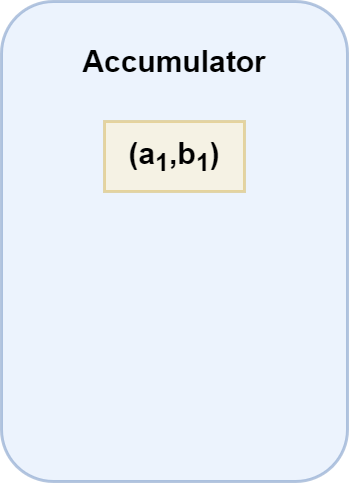
AAAAAAAyq/Personal-Studying keeps this draw.io diagram as Untitled Diagram.drawio.png. Above is the earlier version. Source tidied: cells renumbered, new cells last; positions are measured from the earlier drawing's top-left corner, leaving out a move shared by most shapes. The source it was exported from:
```xml
<mxGraphModel>
  <root>
    <mxCell id="0" />
    <mxCell id="1" parent="0" />
    <mxCell id="2" style="rounded=1;whiteSpace=wrap;html=1;fillColor=#dae8fc;strokeColor=#6c8ebf;strokeWidth=3;opacity=50;" parent="1" vertex="1">
      <mxGeometry width="346" height="480" as="geometry" />
    </mxCell>
    <mxCell id="3" value="&lt;b&gt;&lt;font style=&quot;font-size: 30px&quot;&gt;Accumulator&lt;/font&gt;&lt;/b&gt;" style="text;html=1;strokeColor=none;fillColor=none;align=center;verticalAlign=middle;whiteSpace=wrap;rounded=0;opacity=50;" parent="1" vertex="1">
      <mxGeometry x="68" y="30" width="210" height="60" as="geometry" />
    </mxCell>
    <mxCell id="4" value="(a&lt;sub&gt;1&lt;/sub&gt;,b&lt;sub&gt;1&lt;/sub&gt;)" style="rounded=0;whiteSpace=wrap;html=1;fontSize=30;strokeWidth=3;opacity=50;fillColor=#fff2cc;strokeColor=#d6b656;fontStyle=1;" parent="1" vertex="1">
      <mxGeometry x="103" y="120" width="140" height="70" as="geometry" />
    </mxCell>
  </root>
</mxGraphModel>
```
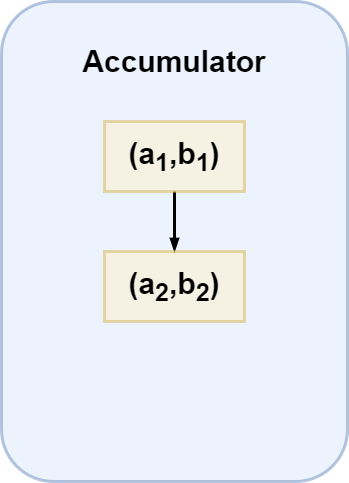
After the commit.

Change to the diagram source:
```diff
@@ -8,8 +8,14 @@
     <mxCell id="3" value="&lt;b&gt;&lt;font style=&quot;font-size: 30px&quot;&gt;Accumulator&lt;/font&gt;&lt;/b&gt;" style="text;html=1;strokeColor=none;fillColor=none;align=center;verticalAlign=middle;whiteSpace=wrap;rounded=0;opacity=50;" parent="1" vertex="1">
       <mxGeometry x="68" y="30" width="210" height="60" as="geometry" />
     </mxCell>
+    <mxCell id="5" style="edgeStyle=orthogonalEdgeStyle;rounded=0;jettySize=auto;html=1;fontSize=30;strokeWidth=3;endArrow=blockThin;endFill=1;" parent="1" edge="1" source="4" target="6">
+      <mxGeometry relative="1" as="geometry" />
+    </mxCell>
     <mxCell id="4" value="(a&lt;sub&gt;1&lt;/sub&gt;,b&lt;sub&gt;1&lt;/sub&gt;)" style="rounded=0;whiteSpace=wrap;html=1;fontSize=30;strokeWidth=3;opacity=50;fillColor=#fff2cc;strokeColor=#d6b656;fontStyle=1;" parent="1" vertex="1">
       <mxGeometry x="103" y="120" width="140" height="70" as="geometry" />
     </mxCell>
+    <mxCell id="6" value="(a&lt;sub&gt;2&lt;/sub&gt;,b&lt;sub&gt;2&lt;/sub&gt;)" style="rounded=0;whiteSpace=wrap;html=1;fontSize=30;strokeWidth=3;opacity=50;fillColor=#fff2cc;strokeColor=#d6b656;fontStyle=1;" parent="1" vertex="1">
+      <mxGeometry x="103" y="250" width="140" height="70" as="geometry" />
+    </mxCell>
   </root>
 </mxGraphModel>
```
